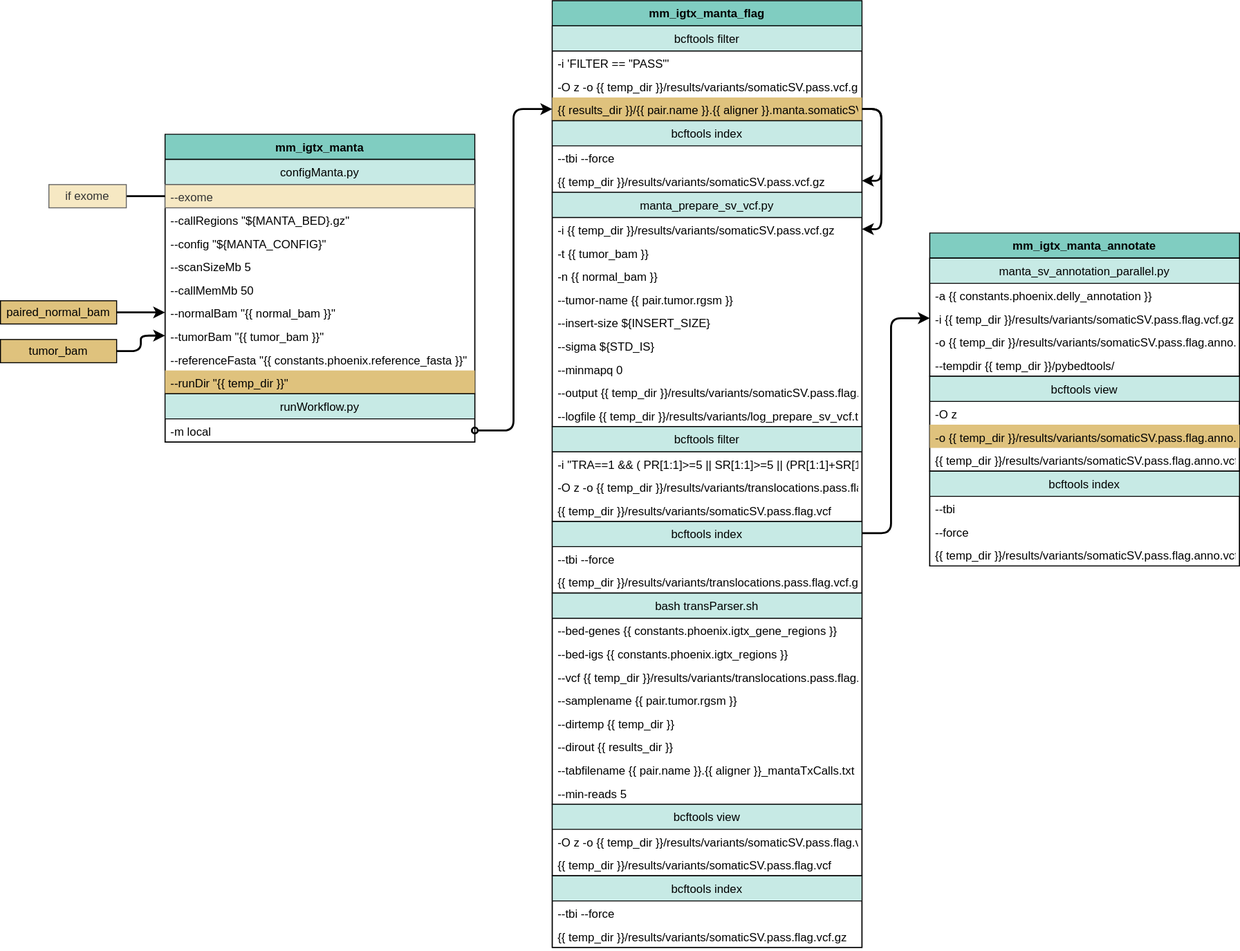
The draw.io diagram docs/source/phoenix/workflows/tumor_only/Tumor_Only_mm_igtx_manta.svg in bryce-turner/tgen-jetstream-docs, before a commit. Source tidied: cells renumbered, new cells last; positions are measured from the earlier drawing's top-left corner, leaving out a move shared by most shapes.
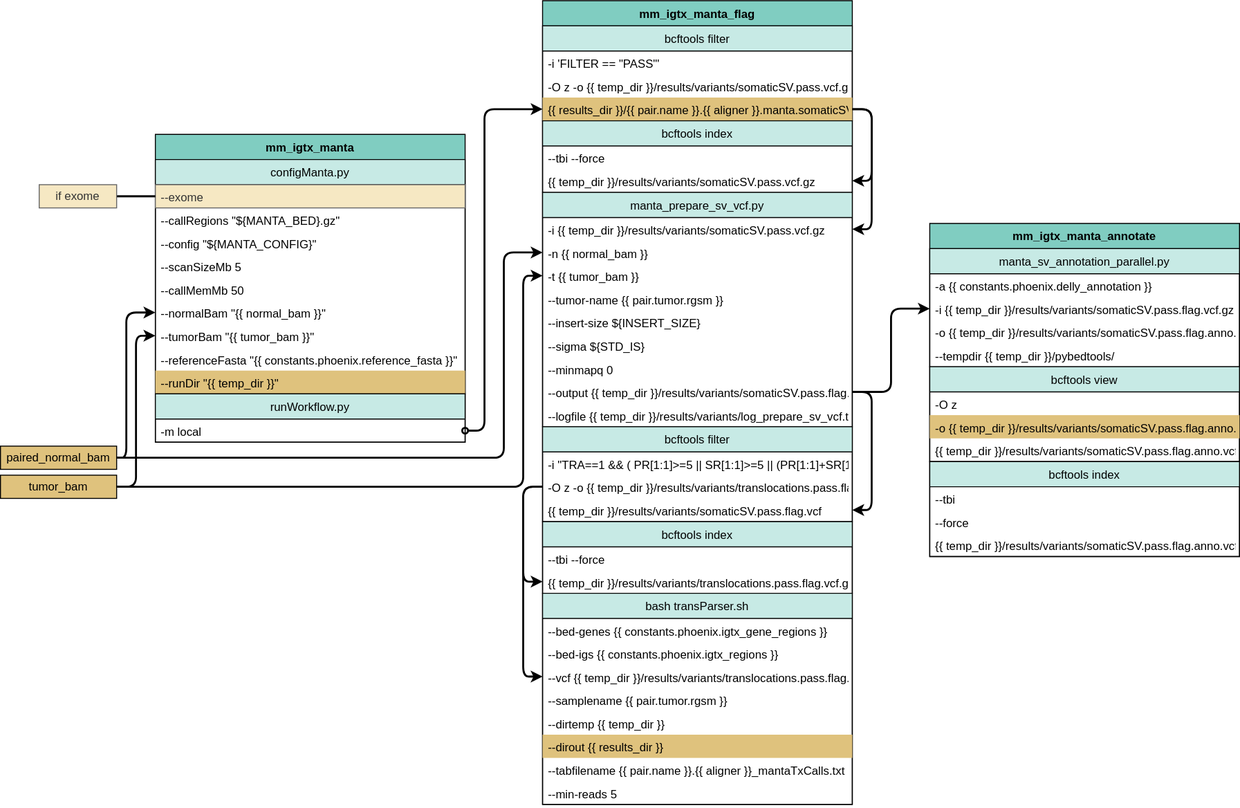
Above is the later version.

What changed in the source:
```diff
@@ -3,19 +3,40 @@
     <mxCell id="0" />
     <mxCell id="1" parent="0" />
     <mxCell id="2" style="edgeStyle=orthogonalEdgeStyle;rounded=1;jettySize=auto;html=1;exitX=1;exitY=0.5;exitDx=0;exitDy=0;entryX=0;entryY=0.5;entryDx=0;entryDy=0;startArrow=none;startFill=0;endArrow=classic;endFill=1;strokeWidth=2;" parent="1" edge="1" source="3" target="13">
-      <mxGeometry relative="1" as="geometry" />
+      <mxGeometry relative="1" as="geometry">
+        <Array as="points">
+          <mxPoint x="130" y="472" />
+          <mxPoint x="130" y="322" />
+        </Array>
+      </mxGeometry>
     </mxCell>
+    <mxCell id="79" style="edgeStyle=orthogonalEdgeStyle;rounded=1;jettySize=auto;html=1;exitX=1;exitY=0.5;exitDx=0;exitDy=0;entryX=0;entryY=0.5;entryDx=0;entryDy=0;strokeWidth=2;" parent="1" edge="1" source="3" target="30">
+      <mxGeometry relative="1" as="geometry">
+        <Array as="points">
+          <mxPoint x="520" y="472" />
+          <mxPoint x="520" y="260" />
+        </Array>
+      </mxGeometry>
+    </mxCell>
     <mxCell id="3" value="paired_normal_bam" style="whiteSpace=wrap;html=1;fillColor=#dfc27d;" parent="1" vertex="1">
-      <mxGeometry y="310" width="120" height="24" as="geometry" />
+      <mxGeometry y="460" width="120" height="24" as="geometry" />
     </mxCell>
     <mxCell id="4" style="edgeStyle=orthogonalEdgeStyle;rounded=1;jettySize=auto;html=1;exitX=1;exitY=0.5;exitDx=0;exitDy=0;entryX=0;entryY=0.5;entryDx=0;entryDy=0;startArrow=none;startFill=0;endArrow=classic;endFill=1;strokeWidth=2;" parent="1" edge="1" source="5" target="14">
       <mxGeometry relative="1" as="geometry" />
     </mxCell>
+    <mxCell id="80" style="edgeStyle=orthogonalEdgeStyle;rounded=1;jettySize=auto;html=1;exitX=1;exitY=0.5;exitDx=0;exitDy=0;entryX=0;entryY=0.5;entryDx=0;entryDy=0;strokeWidth=2;" parent="1" edge="1" source="5" target="29">
+      <mxGeometry relative="1" as="geometry">
+        <Array as="points">
+          <mxPoint x="540" y="502" />
+          <mxPoint x="540" y="284" />
+        </Array>
+      </mxGeometry>
+    </mxCell>
     <mxCell id="5" value="tumor_bam" style="whiteSpace=wrap;html=1;fillColor=#dfc27d;" parent="1" vertex="1">
-      <mxGeometry y="350" width="120" height="24" as="geometry" />
+      <mxGeometry y="490" width="120" height="24" as="geometry" />
     </mxCell>
     <mxCell id="6" value="mm_igtx_manta" style="swimlane;fontStyle=1;horizontal=1;startSize=26;fillColor=#80cdc1;direction=east;" parent="1" vertex="1">
-      <mxGeometry x="170" y="138" width="320" height="318" as="geometry" />
+      <mxGeometry x="160" y="138" width="320" height="318" as="geometry" />
     </mxCell>
     <mxCell id="7" value="configManta.py" style="swimlane;fontStyle=0;horizontal=1;startSize=26;fillColor=#c7eae5;" parent="6" vertex="1">
       <mxGeometry y="26" width="320" height="242" as="geometry" />
@@ -54,7 +75,7 @@
       <mxGeometry y="26" width="320" height="24" as="geometry" />
     </mxCell>
     <mxCell id="19" value="mm_igtx_manta_flag" style="swimlane;fontStyle=1;horizontal=1;startSize=26;fillColor=#80cdc1;direction=east;" parent="1" vertex="1">
-      <mxGeometry x="570" width="320" height="978" as="geometry" />
+      <mxGeometry x="560" width="320" height="830" as="geometry" />
     </mxCell>
     <mxCell id="20" value="bcftools filter" style="swimlane;fontStyle=0;horizontal=1;startSize=26;fillColor=#c7eae5;" parent="19" vertex="1">
       <mxGeometry y="26" width="320" height="98" as="geometry" />
@@ -83,12 +104,12 @@
     <mxCell id="28" value="-i {{ temp_dir }}/results/variants/somaticSV.pass.vcf.gz" style="text;strokeColor=none;fillColor=none;align=left;verticalAlign=top;spacingLeft=4;spacingRight=4;overflow=hidden;points=[[0,0.5],[1,0.5]];portConstraint=eastwest;" parent="27" vertex="1">
       <mxGeometry y="26" width="320" height="24" as="geometry" />
     </mxCell>
+    <mxCell id="30" value="-n {{ normal_bam }}" style="text;strokeColor=none;fillColor=none;align=left;verticalAlign=top;spacingLeft=4;spacingRight=4;overflow=hidden;points=[[0,0.5],[1,0.5]];portConstraint=eastwest;" parent="27" vertex="1">
+      <mxGeometry y="50" width="320" height="24" as="geometry" />
+    </mxCell>
     <mxCell id="29" value="-t {{ tumor_bam }}" style="text;strokeColor=none;fillColor=none;align=left;verticalAlign=top;spacingLeft=4;spacingRight=4;overflow=hidden;points=[[0,0.5],[1,0.5]];portConstraint=eastwest;" parent="27" vertex="1">
-      <mxGeometry y="50" width="320" height="24" as="geometry" />
+      <mxGeometry y="74" width="320" height="24" as="geometry" />
     </mxCell>
-    <mxCell id="30" value="-n {{ normal_bam }}" style="text;strokeColor=none;fillColor=none;align=left;verticalAlign=top;spacingLeft=4;spacingRight=4;overflow=hidden;points=[[0,0.5],[1,0.5]];portConstraint=eastwest;" parent="27" vertex="1">
-      <mxGeometry y="74" width="320" height="24" as="geometry" />
-    </mxCell>
     <mxCell id="31" value="--tumor-name {{ pair.tumor.rgsm }}" style="text;strokeColor=none;fillColor=none;align=left;verticalAlign=top;spacingLeft=4;spacingRight=4;overflow=hidden;" parent="27" vertex="1">
       <mxGeometry y="98" width="320" height="24" as="geometry" />
     </mxCell>
@@ -146,7 +167,7 @@
     <mxCell id="49" value="--dirtemp {{ temp_dir }}" style="text;strokeColor=none;fillColor=none;align=left;verticalAlign=top;spacingLeft=4;spacingRight=4;overflow=hidden;" parent="44" vertex="1">
       <mxGeometry y="122" width="320" height="24" as="geometry" />
     </mxCell>
-    <mxCell id="50" value="--dirout {{ results_dir }}" style="text;strokeColor=none;fillColor=none;align=left;verticalAlign=top;spacingLeft=4;spacingRight=4;overflow=hidden;" parent="44" vertex="1">
+    <mxCell id="50" value="--dirout {{ results_dir }}" style="text;strokeColor=none;fillColor=#DFC27D;align=left;verticalAlign=top;spacingLeft=4;spacingRight=4;overflow=hidden;" parent="44" vertex="1">
       <mxGeometry y="146" width="320" height="24" as="geometry" />
     </mxCell>
     <mxCell id="51" value="--tabfilename {{ pair.name }}.{{ aligner }}_mantaTxCalls.txt" style="text;strokeColor=none;fillColor=none;align=left;verticalAlign=top;spacingLeft=4;spacingRight=4;overflow=hidden;" parent="44" vertex="1">
@@ -155,24 +176,6 @@
     <mxCell id="52" value="--min-reads 5" style="text;strokeColor=none;fillColor=none;align=left;verticalAlign=top;spacingLeft=4;spacingRight=4;overflow=hidden;" parent="44" vertex="1">
       <mxGeometry y="194" width="320" height="24" as="geometry" />
     </mxCell>
-    <mxCell id="53" value="bcftools view" style="swimlane;fontStyle=0;horizontal=1;startSize=26;fillColor=#c7eae5;" parent="19" vertex="1">
-      <mxGeometry y="830" width="320" height="74" as="geometry" />
-    </mxCell>
-    <mxCell id="54" value="-O z -o {{ temp_dir }}/results/variants/somaticSV.pass.flag.vcf.gz" style="text;strokeColor=none;fillColor=none;align=left;verticalAlign=top;spacingLeft=4;spacingRight=4;overflow=hidden;" parent="53" vertex="1">
-      <mxGeometry y="26" width="320" height="24" as="geometry" />
-    </mxCell>
-    <mxCell id="55" value="{{ temp_dir }}/results/variants/somaticSV.pass.flag.vcf" style="text;strokeColor=none;fillColor=none;align=left;verticalAlign=top;spacingLeft=4;spacingRight=4;overflow=hidden;" parent="53" vertex="1">
-      <mxGeometry y="50" width="320" height="24" as="geometry" />
-    </mxCell>
-    <mxCell id="56" value="bcftools index" style="swimlane;fontStyle=0;horizontal=1;startSize=26;fillColor=#c7eae5;" parent="19" vertex="1">
-      <mxGeometry y="904" width="320" height="74" as="geometry" />
-    </mxCell>
-    <mxCell id="57" value="--tbi --force" style="text;strokeColor=none;fillColor=none;align=left;verticalAlign=top;spacingLeft=4;spacingRight=4;overflow=hidden;" parent="56" vertex="1">
-      <mxGeometry y="26" width="320" height="24" as="geometry" />
-    </mxCell>
-    <mxCell id="58" value="{{ temp_dir }}/results/variants/somaticSV.pass.flag.vcf.gz" style="text;strokeColor=none;fillColor=none;align=left;verticalAlign=top;spacingLeft=4;spacingRight=4;overflow=hidden;" parent="56" vertex="1">
-      <mxGeometry y="50" width="320" height="24" as="geometry" />
-    </mxCell>
     <mxCell id="59" style="edgeStyle=orthogonalEdgeStyle;rounded=1;jettySize=auto;html=1;exitX=1;exitY=0.5;exitDx=0;exitDy=0;entryX=1;entryY=0.5;entryDx=0;entryDy=0;endArrow=classic;endFill=1;strokeWidth=2;" parent="19" edge="1" target="26">
       <mxGeometry relative="1" as="geometry">
         <mxPoint x="320" y="112" as="sourcePoint" />
@@ -191,17 +194,31 @@
         </Array>
       </mxGeometry>
     </mxCell>
+    <mxCell id="81" style="edgeStyle=orthogonalEdgeStyle;rounded=1;jettySize=auto;html=1;exitX=1;exitY=0.5;exitDx=0;exitDy=0;entryX=1;entryY=0.5;entryDx=0;entryDy=0;strokeWidth=2;" parent="19" edge="1" source="35" target="40">
+      <mxGeometry relative="1" as="geometry" />
+    </mxCell>
+    <mxCell id="82" style="edgeStyle=orthogonalEdgeStyle;rounded=1;jettySize=auto;html=1;exitX=0;exitY=0.5;exitDx=0;exitDy=0;entryX=0;entryY=0.5;entryDx=0;entryDy=0;strokeWidth=2;" parent="19" edge="1" source="39" target="43">
+      <mxGeometry relative="1" as="geometry" />
+    </mxCell>
+    <mxCell id="83" style="edgeStyle=orthogonalEdgeStyle;rounded=1;jettySize=auto;html=1;exitX=0;exitY=0.5;exitDx=0;exitDy=0;entryX=0;entryY=0.5;entryDx=0;entryDy=0;strokeWidth=2;" parent="19" edge="1" source="39" target="47">
+      <mxGeometry relative="1" as="geometry" />
+    </mxCell>
     <mxCell id="61" style="edgeStyle=orthogonalEdgeStyle;rounded=1;jettySize=auto;html=1;exitX=1;exitY=0.5;exitDx=0;exitDy=0;entryX=0;entryY=0.5;entryDx=0;entryDy=0;endArrow=none;endFill=0;strokeWidth=2;" parent="1" edge="1" source="62" target="8">
       <mxGeometry relative="1" as="geometry" />
     </mxCell>
     <mxCell id="62" value="if exome" style="text;html=1;strokeColor=#666666;fillColor=#f6e8c3;align=center;verticalAlign=middle;whiteSpace=wrap;rounded=0;fontColor=#333333;" parent="1" vertex="1">
-      <mxGeometry x="50" y="190" width="80" height="24" as="geometry" />
+      <mxGeometry x="40" y="190" width="80" height="24" as="geometry" />
     </mxCell>
     <mxCell id="63" style="edgeStyle=orthogonalEdgeStyle;rounded=1;jettySize=auto;html=1;exitX=1;exitY=0.5;exitDx=0;exitDy=0;entryX=0;entryY=0.5;entryDx=0;entryDy=0;endArrow=classic;endFill=1;startArrow=oval;startFill=0;strokeWidth=2;" parent="1" edge="1" source="18" target="23">
-      <mxGeometry relative="1" as="geometry" />
+      <mxGeometry relative="1" as="geometry">
+        <Array as="points">
+          <mxPoint x="500" y="444" />
+          <mxPoint x="500" y="112" />
+        </Array>
+      </mxGeometry>
     </mxCell>
     <mxCell id="64" value="mm_igtx_manta_annotate" style="swimlane;fontStyle=1;horizontal=1;startSize=26;fillColor=#80cdc1;direction=east;" parent="1" vertex="1">
-      <mxGeometry x="960" y="240" width="320" height="344" as="geometry" />
+      <mxGeometry x="960" y="230" width="320" height="344" as="geometry" />
     </mxCell>
     <mxCell id="65" value="manta_sv_annotation_parallel.py" style="swimlane;fontStyle=0;horizontal=1;startSize=26;fillColor=#c7eae5;" parent="64" vertex="1">
       <mxGeometry y="26" width="320" height="122" as="geometry" />
@@ -242,14 +259,8 @@
     <mxCell id="77" value="{{ temp_dir }}/results/variants/somaticSV.pass.flag.anno.vcf.gz" style="text;strokeColor=none;fillColor=none;align=left;verticalAlign=top;spacingLeft=4;spacingRight=4;overflow=hidden;" parent="74" vertex="1">
       <mxGeometry y="74" width="320" height="24" as="geometry" />
     </mxCell>
-    <mxCell id="78" style="edgeStyle=orthogonalEdgeStyle;rounded=1;jettySize=auto;html=1;exitX=1;exitY=0.5;exitDx=0;exitDy=0;entryX=0;entryY=0.5;entryDx=0;entryDy=0;endArrow=classic;endFill=1;strokeWidth=2;" parent="1" edge="1" target="67">
-      <mxGeometry relative="1" as="geometry">
-        <mxPoint x="890" y="550" as="sourcePoint" />
-        <Array as="points">
-          <mxPoint x="920" y="550" />
-          <mxPoint x="920" y="328" />
-        </Array>
-      </mxGeometry>
-    </mxCell>
+    <mxCell id="84" style="edgeStyle=orthogonalEdgeStyle;rounded=1;jettySize=auto;html=1;exitX=1;exitY=0.5;exitDx=0;exitDy=0;entryX=0;entryY=0.5;entryDx=0;entryDy=0;strokeWidth=2;" parent="1" edge="1" source="35" target="67">
+      <mxGeometry relative="1" as="geometry" />
+    </mxCell>
   </root>
 </mxGraphModel>
```
